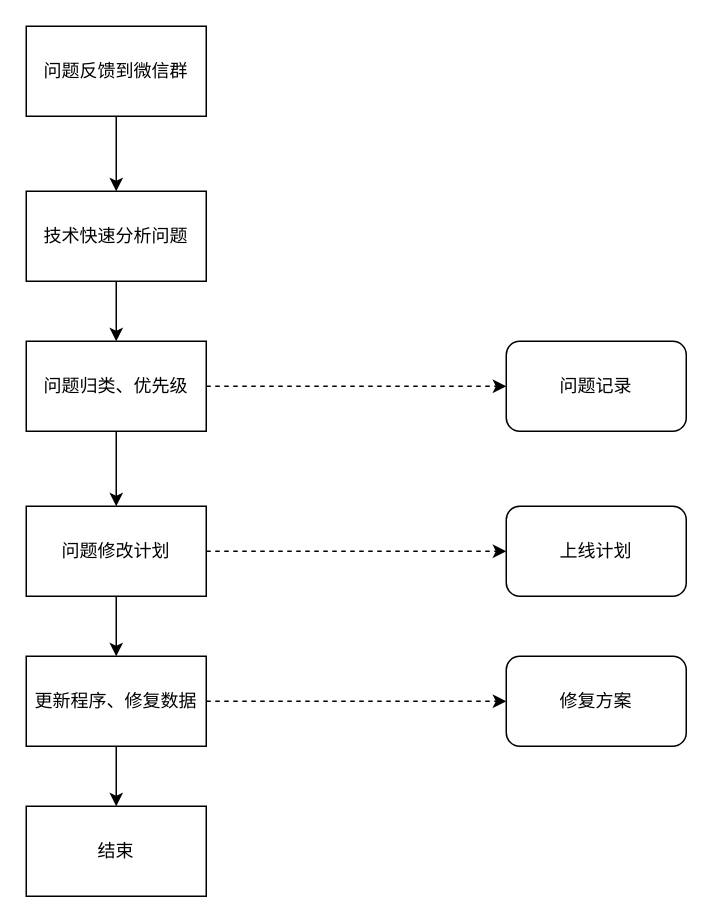
zhangfengman/autoJs keeps this draw.io diagram as 未命名绘图.drawio. Above is the earlier version. Source tidied: cells renumbered, new cells numbered last; positions are measured from the earlier drawing's top-left corner, leaving out a move shared by most shapes. Both pictures are drawn from the tidied source at 150%, with x=0, y=0 at pixel (26, 26).
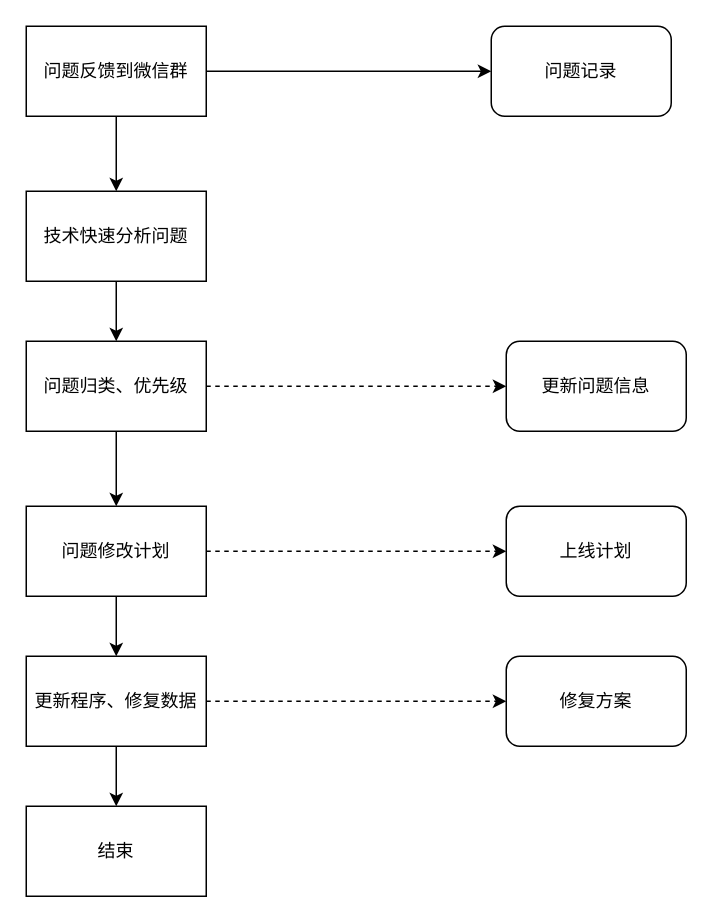
Above is the later version.

Commit message:
更新未命名绘图.drawio

The change refers to these unchanged cells:
```xml
<mxCell id="3" value="问题反馈到微信群" style="rounded=0;whiteSpace=wrap;html=1;" parent="1" vertex="1">
  <mxGeometry width="120" height="60" as="geometry" />
</mxCell>
```

What changed in the source:
```diff
@@
+    <mxCell id="19" style="edgeStyle=orthogonalEdgeStyle;rounded=0;jettySize=auto;html=1;" parent="1" edge="1" source="3" target="20">
+      <mxGeometry relative="1" as="geometry" />
+    </mxCell>
@@
-    <mxCell id="16" value="问题记录" style="rounded=1;whiteSpace=wrap;html=1;" parent="1" vertex="1">
+    <mxCell id="16" value="更新问题信息" style="rounded=1;whiteSpace=wrap;html=1;" parent="1" vertex="1">
       <mxGeometry x="320" y="210" width="120" height="60" as="geometry" />
     </mxCell>
@@
+    <mxCell id="20" value="问题记录" style="rounded=1;whiteSpace=wrap;html=1;" parent="1" vertex="1">
+      <mxGeometry x="310" width="120" height="60" as="geometry" />
+    </mxCell>
```
